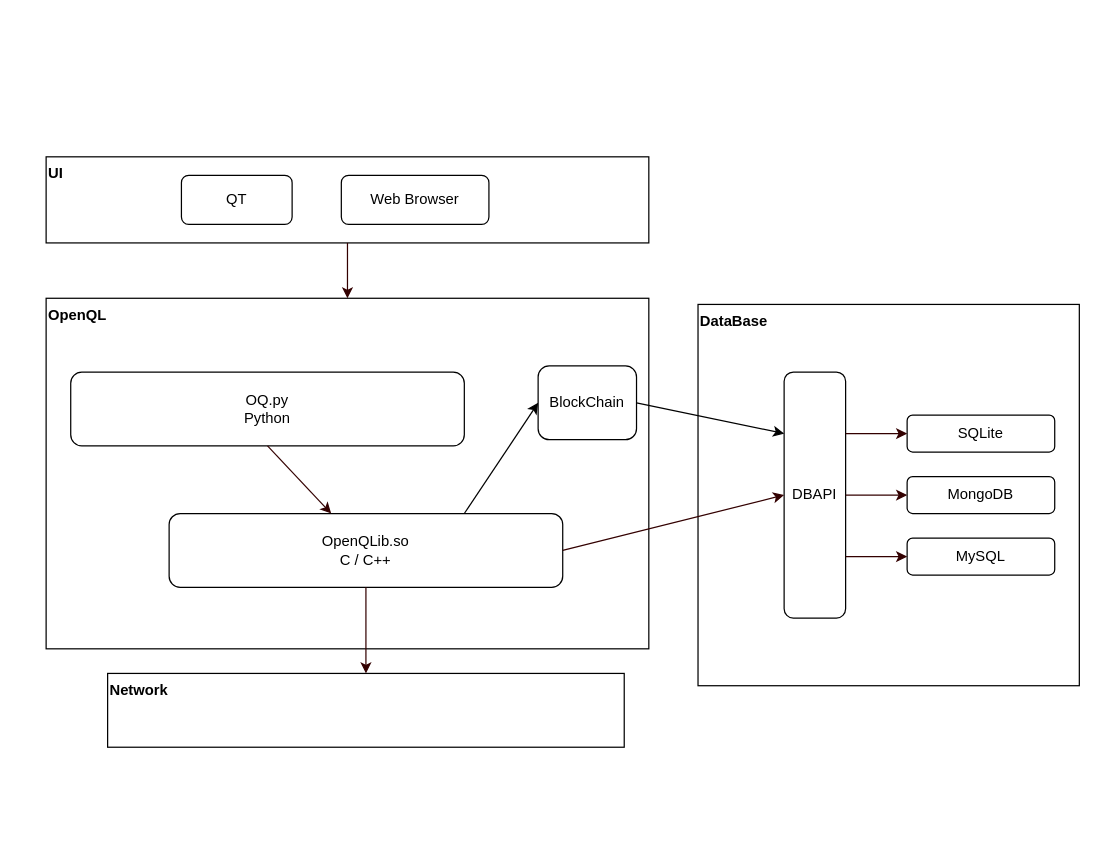
Above: page "Overview" (1 of 3) of OpenQL.drawio in DanielCxh/openql (draw.io), before the change. Source tidied: cells renumbered, new cells numbered last; positions are measured from the earlier drawing's top-left corner, leaving out a move shared by most shapes. Both pictures are drawn from the tidied source at 123%, with x=0, y=0 at pixel (46, 156).
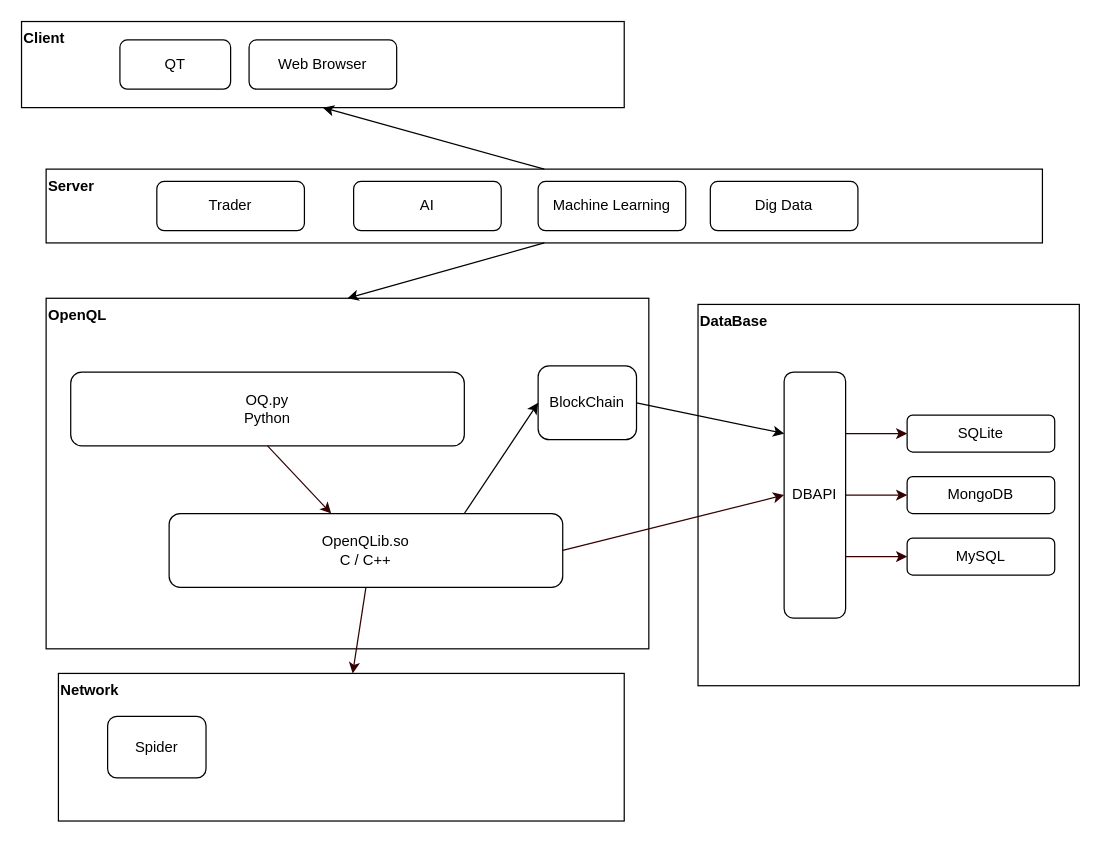
The same page after the edit.

Unchanged cells that the change refers to:
```xml
<mxCell id="2" value="OpenQL" style="rounded=0;whiteSpace=wrap;html=1;fillColor=none;align=left;verticalAlign=top;fontStyle=1;" parent="1" vertex="1">
  <mxGeometry y="115" width="490" height="285" as="geometry" />
</mxCell>
```

What changed in the source:
```diff
@@
-    <mxCell id="10" value="UI" style="rounded=0;whiteSpace=wrap;html=1;fillColor=none;align=left;verticalAlign=top;fontStyle=1;" parent="1" vertex="1">
-      <mxGeometry width="490" height="70" as="geometry" />
+    <mxCell id="10" value="Client" style="rounded=0;whiteSpace=wrap;html=1;fillColor=none;align=left;verticalAlign=top;fontStyle=1;" parent="1" vertex="1">
+      <mxGeometry x="-20" y="-110" width="490" height="70" as="geometry" />
     </mxCell>
     <mxCell id="11" value="Network" style="rounded=0;whiteSpace=wrap;html=1;fillColor=none;align=left;verticalAlign=top;fontStyle=1;" parent="1" vertex="1">
-      <mxGeometry x="50" y="420" width="420" height="60" as="geometry" />
+      <mxGeometry x="10" y="420" width="460" height="120" as="geometry" />
     </mxCell>
     <mxCell id="12" value="QT" style="rounded=1;whiteSpace=wrap;html=1;fillColor=none;align=center;" parent="1" vertex="1">
-      <mxGeometry x="110" y="15" width="90" height="40" as="geometry" />
+      <mxGeometry x="60" y="-95" width="90" height="40" as="geometry" />
     </mxCell>
@@
-    <mxCell id="15" style="endArrow=classic;html=1;strokeColor=#330000;fontColor=#330000;exitX=0.5;exitY=1;exitDx=0;exitDy=0;entryX=0.5;entryY=0;entryDx=0;entryDy=0;" parent="1" edge="1" source="10" target="2">
-      <mxGeometry relative="1" as="geometry" />
-    </mxCell>
@@
     <mxCell id="20" value="Web Browser" style="rounded=1;whiteSpace=wrap;html=1;fillColor=none;align=center;" parent="1" vertex="1">
-      <mxGeometry x="240" y="15" width="120" height="40" as="geometry" />
+      <mxGeometry x="165" y="-95" width="120" height="40" as="geometry" />
     </mxCell>
@@
+    <mxCell id="24" value="Server" style="rounded=0;whiteSpace=wrap;html=1;fillColor=none;align=left;fontStyle=1;verticalAlign=top;" parent="1" vertex="1">
+      <mxGeometry y="10" width="810" height="60" as="geometry" />
+    </mxCell>
+    <mxCell id="25" style="endArrow=classic;html=1;exitX=0.5;exitY=1;exitDx=0;exitDy=0;entryX=0.5;entryY=0;entryDx=0;entryDy=0;" parent="1" edge="1" source="24" target="2">
+      <mxGeometry relative="1" as="geometry" />
+    </mxCell>
+    <mxCell id="26" value="Trader" style="rounded=1;whiteSpace=wrap;html=1;fillColor=none;align=center;" parent="1" vertex="1">
+      <mxGeometry x="90" y="20" width="120" height="40" as="geometry" />
+    </mxCell>
+    <mxCell id="27" value="AI" style="rounded=1;whiteSpace=wrap;html=1;fillColor=none;align=center;" parent="1" vertex="1">
+      <mxGeometry x="250" y="20" width="120" height="40" as="geometry" />
+    </mxCell>
+    <mxCell id="28" value="Machine Learning" style="rounded=1;whiteSpace=wrap;html=1;fillColor=none;align=center;" parent="1" vertex="1">
+      <mxGeometry x="400" y="20" width="120" height="40" as="geometry" />
+    </mxCell>
+    <mxCell id="29" value="Dig Data" style="rounded=1;whiteSpace=wrap;html=1;fillColor=none;align=center;" parent="1" vertex="1">
+      <mxGeometry x="540" y="20" width="120" height="40" as="geometry" />
+    </mxCell>
+    <mxCell id="30" style="endArrow=classic;html=1;exitX=0.5;exitY=0;exitDx=0;exitDy=0;entryX=0.5;entryY=1;entryDx=0;entryDy=0;" parent="1" edge="1" source="24" target="10">
+      <mxGeometry relative="1" as="geometry" />
+    </mxCell>
+    <mxCell id="31" value="Spider" style="rounded=1;whiteSpace=wrap;html=1;fillColor=none;" parent="1" vertex="1">
+      <mxGeometry x="50" y="455" width="80" height="50" as="geometry" />
+    </mxCell>
```
